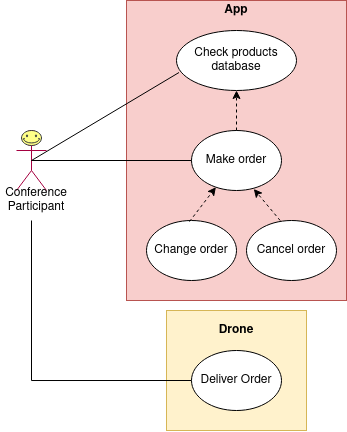
Above: images/use_case_diagram.png in FEUP-ESOF-2020-21/open-cx-t1g3-pantufas (draw.io), before the change. Source tidied: cells renumbered, new cells last; positions are measured from the earlier drawing's top-left corner, leaving out a move shared by most shapes.
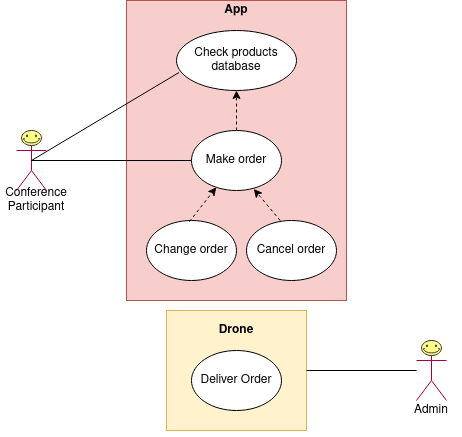
Later version of the same file.

Commit message:
Updated use case diagram

Diff of the diagram source:
```diff
@@ -47,16 +47,25 @@
     <mxCell id="16" value="Conference Participant" style="text;html=1;strokeColor=none;fillColor=none;align=center;verticalAlign=middle;whiteSpace=wrap;rounded=0;" parent="1" vertex="1">
       <mxGeometry y="190" width="40" height="20" as="geometry" />
     </mxCell>
-    <mxCell id="17" style="edgeStyle=orthogonalEdgeStyle;rounded=0;jettySize=auto;html=1;exitX=0;exitY=0.5;exitDx=0;exitDy=0;endArrow=none;endFill=0;" parent="1" edge="1" source="18">
-      <mxGeometry relative="1" as="geometry">
-        <mxPoint x="15" y="220" as="targetPoint" />
-      </mxGeometry>
-    </mxCell>
     <mxCell id="18" value="Deliver Order" style="ellipse;whiteSpace=wrap;html=1;" parent="1" vertex="1">
       <mxGeometry x="175" y="350" width="90" height="60" as="geometry" />
     </mxCell>
     <mxCell id="19" style="verticalLabelPosition=bottom;verticalAlign=top;html=1;shape=mxgraph.basic.smiley;fillColor=#ffff88;strokeColor=#36393d;" parent="1" vertex="1">
       <mxGeometry x="5" y="130" width="20" height="15" as="geometry" />
     </mxCell>
+    <mxCell id="20" value="&lt;div&gt;Conference&lt;/div&gt;&lt;div&gt;participant&lt;/div&gt;" style="shape=umlActor;verticalLabelPosition=bottom;verticalAlign=top;html=1;fillColor=#d80073;strokeColor=#A50040;fontColor=#ffffff;" parent="1" vertex="1">
+      <mxGeometry x="400" y="340" width="30" height="60" as="geometry" />
+    </mxCell>
+    <mxCell id="21" value="Admin" style="text;html=1;strokeColor=none;fillColor=none;align=center;verticalAlign=middle;whiteSpace=wrap;rounded=0;" parent="1" vertex="1">
+      <mxGeometry x="395" y="400" width="40" height="20" as="geometry" />
+    </mxCell>
+    <mxCell id="22" style="verticalLabelPosition=bottom;verticalAlign=top;html=1;shape=mxgraph.basic.smiley;fillColor=#ffff88;strokeColor=#36393d;" parent="1" vertex="1">
+      <mxGeometry x="405" y="340" width="20" height="15" as="geometry" />
+    </mxCell>
+    <mxCell id="23" style="endArrow=none;html=1;exitX=1;exitY=0.5;exitDx=0;exitDy=0;" parent="1" edge="1" source="14">
+      <mxGeometry relative="1" as="geometry">
+        <mxPoint x="400" y="370" as="targetPoint" />
+      </mxGeometry>
+    </mxCell>
   </root>
 </mxGraphModel>
```
